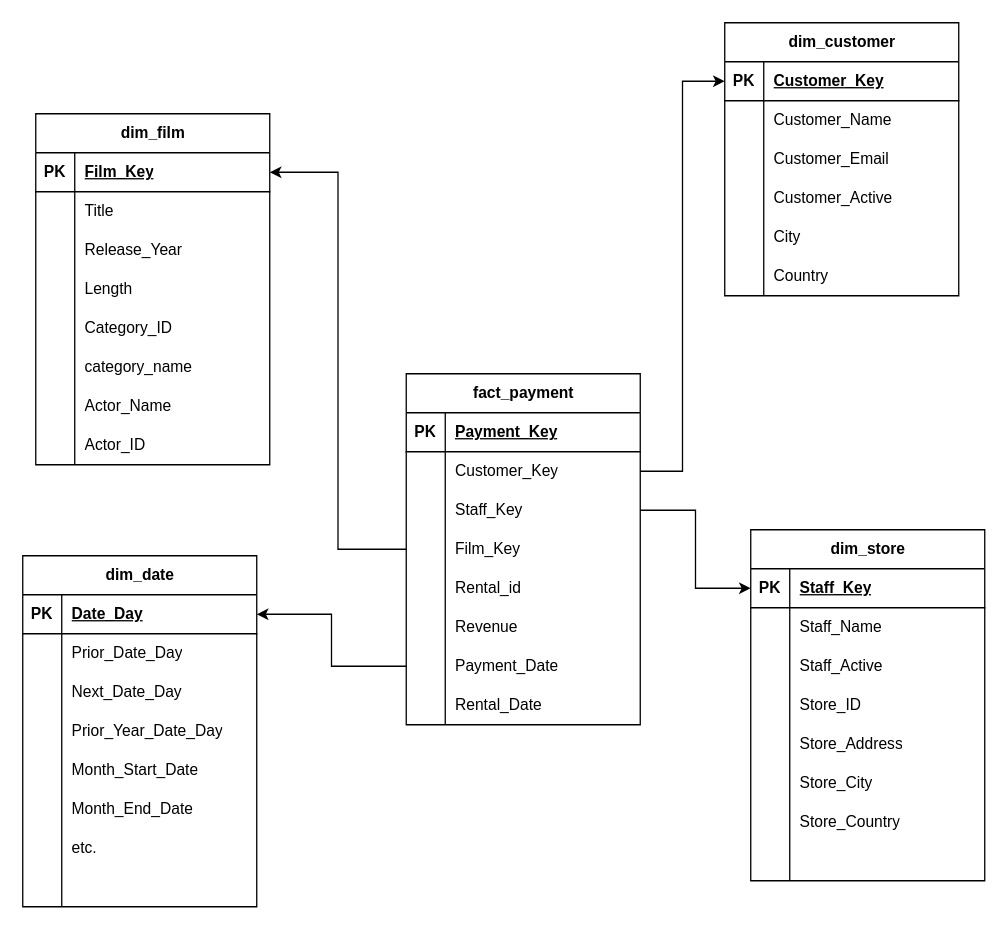
This is Untitled Diagram.drawio from suphineneo/ERD_diagrams, a draw.io file, before an edit. Source tidied: cells renumbered, new cells numbered last; positions are measured from the earlier drawing's top-left corner, leaving out a move shared by most shapes. Both pictures are drawn from the tidied source at 130%, with x=0, y=0 at pixel (22, 22).
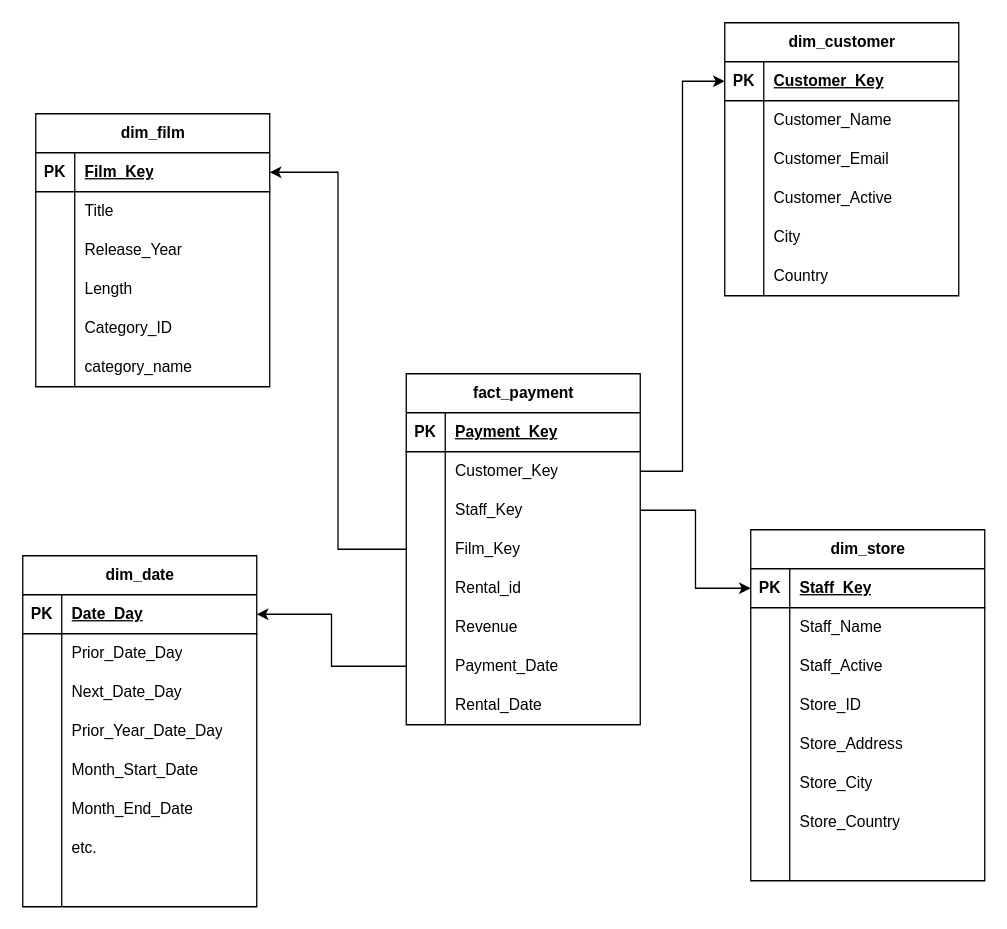
The same diagram, later.

What changed in the source:
```diff
@@
     <mxCell id="27" value="dim_film" style="shape=table;startSize=30;childLayout=tableLayout;rowLines=0;fontStyle=1;align=center;html=1;" parent="1" vertex="1">
-      <mxGeometry x="10" y="70" width="180" height="270" as="geometry" />
+      <mxGeometry x="10" y="70" width="180" height="210" as="geometry" />
     </mxCell>
@@
-    <mxCell id="46" style="shape=tableRow;horizontal=0;startSize=0;swimlaneHead=0;swimlaneBody=0;fillColor=none;top=0;left=0;right=0;bottom=0;" parent="27" vertex="1">
-      <mxGeometry y="210" width="180" height="30" as="geometry" />
-    </mxCell>
-    <mxCell id="47" style="shape=partialRectangle;fillColor=none;top=0;left=0;bottom=0;right=0;overflow=hidden;whiteSpace=wrap;html=1;" parent="46" vertex="1">
-      <mxGeometry width="30" height="30" as="geometry" />
-    </mxCell>
-    <mxCell id="48" value="Actor_Name" style="shape=partialRectangle;fillColor=none;top=0;left=0;bottom=0;right=0;align=left;spacingLeft=6;overflow=hidden;whiteSpace=wrap;html=1;" parent="46" vertex="1">
-      <mxGeometry x="30" width="150" height="30" as="geometry" />
-    </mxCell>
-    <mxCell id="49" style="shape=tableRow;horizontal=0;startSize=0;swimlaneHead=0;swimlaneBody=0;fillColor=none;top=0;left=0;right=0;bottom=0;" parent="27" vertex="1">
-      <mxGeometry y="240" width="180" height="30" as="geometry" />
-    </mxCell>
-    <mxCell id="50" style="shape=partialRectangle;fillColor=none;top=0;left=0;bottom=0;right=0;overflow=hidden;whiteSpace=wrap;html=1;" parent="49" vertex="1">
-      <mxGeometry width="30" height="30" as="geometry" />
-    </mxCell>
-    <mxCell id="51" value="Actor_ID" style="shape=partialRectangle;fillColor=none;top=0;left=0;bottom=0;right=0;align=left;spacingLeft=6;overflow=hidden;whiteSpace=wrap;html=1;" parent="49" vertex="1">
-      <mxGeometry x="30" width="150" height="30" as="geometry" />
-    </mxCell>
```
